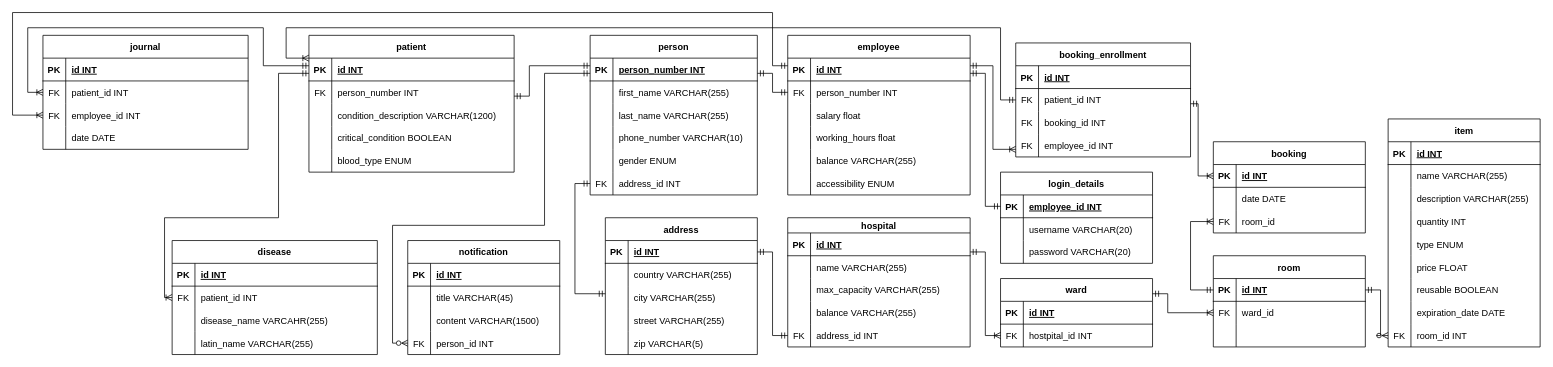
This is Diagrams/logical_model.drawio from mazrli/Grupp, a draw.io file, before an edit. Source tidied: cells renumbered, new cells numbered last; positions are measured from the earlier drawing's top-left corner, leaving out a move shared by most shapes. Both pictures are drawn from the tidied source at 76%, with x=0, y=0 at pixel (12, 12).
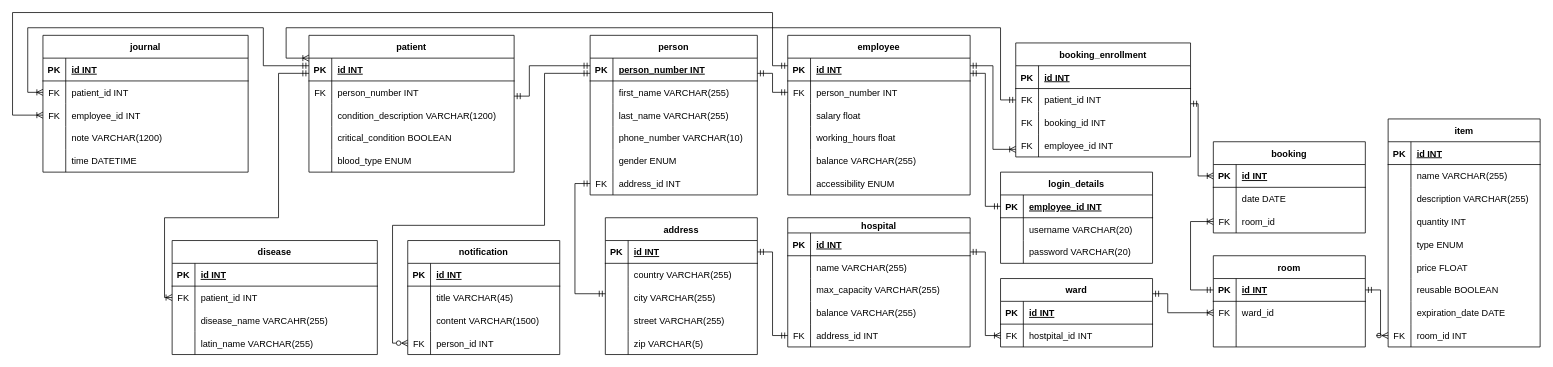
The same diagram, later.

The change refers to these unchanged cells:
```xml
<mxCell id="216" style="shape=partialRectangle;fillColor=none;top=0;left=0;bottom=0;right=0;" parent="206" vertex="1">
  <mxGeometry y="120" width="270" height="30" as="geometry" />
</mxCell>
```

The edit, as a diff of the source:
```diff
@@
     <mxCell id="206" value="journal" style="shape=table;startSize=30;childLayout=tableLayout;rowLines=0;fontStyle=1;align=center;" parent="1" vertex="1">
-      <mxGeometry x="40" y="30" width="270" height="150" as="geometry" />
+      <mxGeometry x="40" y="30" width="270" height="180" as="geometry" />
     </mxCell>
@@
-    <mxCell id="218" value="date DATE" style="shape=partialRectangle;fillColor=none;top=0;left=0;bottom=0;right=0;align=left;spacingLeft=6;overflow=hidden;" parent="216" vertex="1">
+    <mxCell id="218" value="note VARCHAR(1200)" style="shape=partialRectangle;fillColor=none;top=0;left=0;bottom=0;right=0;align=left;spacingLeft=6;overflow=hidden;" parent="216" vertex="1">
       <mxGeometry x="30" width="240" height="30" as="geometry" />
     </mxCell>
+    <mxCell id="221" style="shape=partialRectangle;fillColor=none;top=0;left=0;bottom=0;right=0;" parent="206" vertex="1">
+      <mxGeometry y="150" width="270" height="30" as="geometry" />
+    </mxCell>
+    <mxCell id="222" style="shape=partialRectangle;fillColor=none;top=0;left=0;bottom=0;right=0;overflow=hidden;" parent="221" vertex="1">
+      <mxGeometry width="30" height="30" as="geometry" />
+    </mxCell>
+    <mxCell id="223" value="time DATETIME" style="shape=partialRectangle;fillColor=none;top=0;left=0;bottom=0;right=0;align=left;spacingLeft=6;overflow=hidden;" parent="221" vertex="1">
+      <mxGeometry x="30" width="240" height="30" as="geometry" />
+    </mxCell>
```
